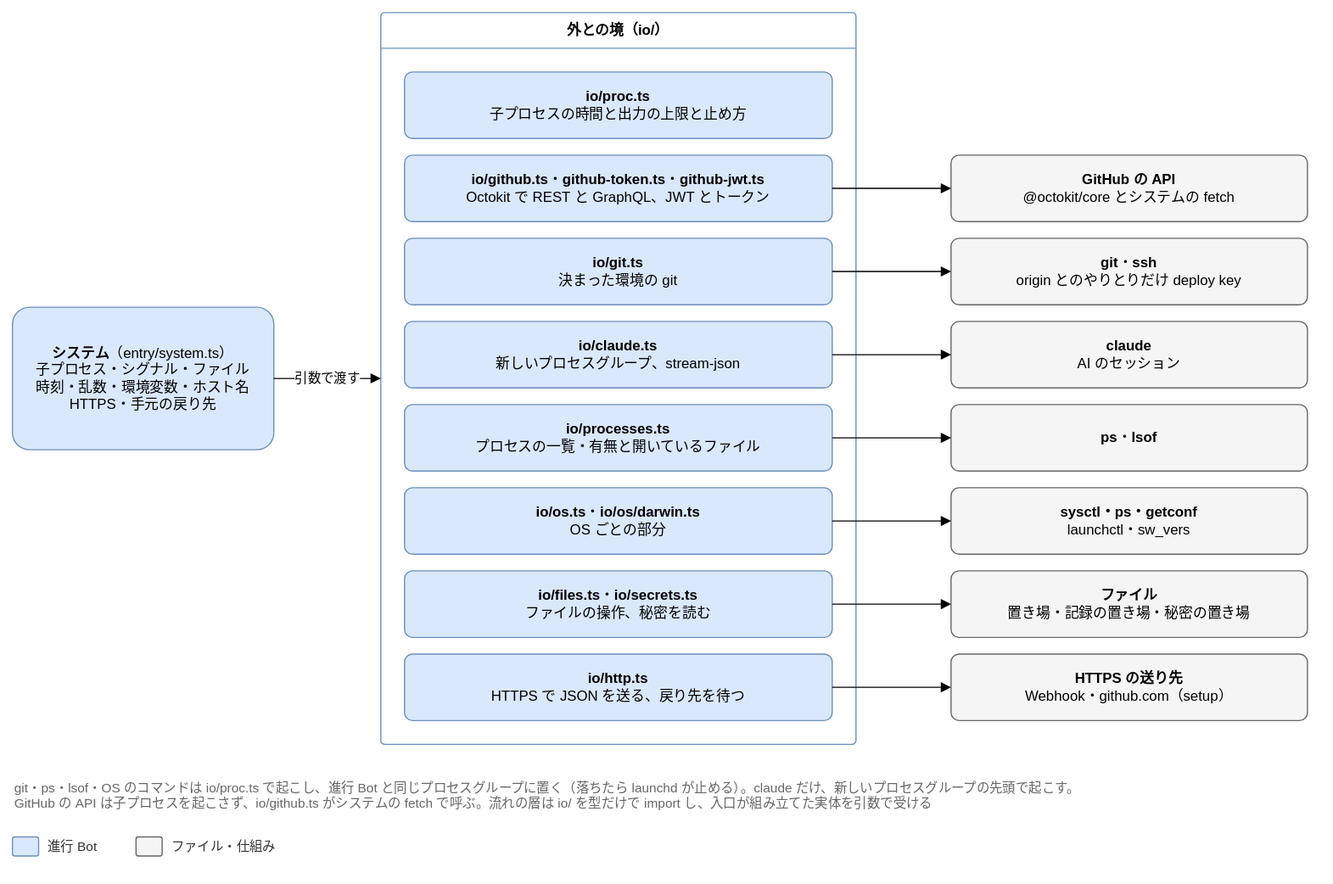
Before: docs/design/detailed/diagrams/01-modules.drawio.svg, a diagram exported from draw.io (Joymerrevent/dev-autopilot). Source tidied: cells renumbered, new cells last; positions are measured from the earlier drawing's top-left corner, leaving out a move shared by most shapes.
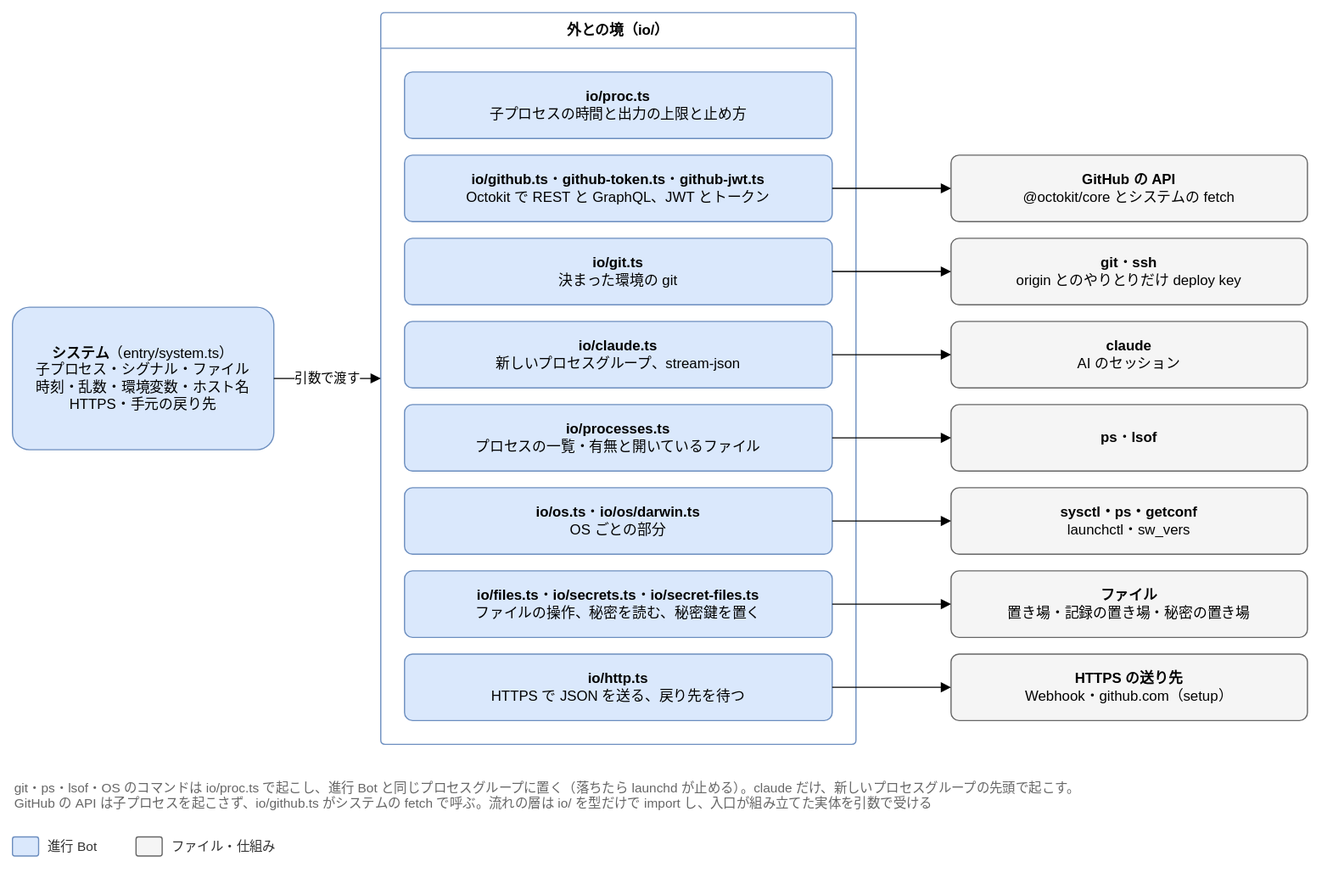
Above is the later version.

Commit message:
docs(design): 詳細設計の外との境の図の箱 m6 に、秘密鍵を置く io/secret-files.ts を足す

再レビューの M-12 で 01-io.md のファイルの一覧に足した io/secret-files.ts を、
図 01-modules の箱 m6 に写す（表が正本。箱は消さない）。

Claude-Session: https://claude.ai/code/session_01LvmXQN14Y95msvojZ6hWNP

The edit, as a diff of the source:
```diff
@@ -23,7 +23,7 @@
     <mxCell id="8" value="&lt;b&gt;io/os.ts&lt;/b&gt;・&lt;b&gt;io/os/darwin.ts&lt;/b&gt;&lt;br&gt;OS ごとの部分" style="rounded=1;whiteSpace=wrap;html=1;fontSize=12;arcSize=12;spacing=12;fillColor=#dae8fc;strokeColor=#6c8ebf;" parent="2" vertex="1">
       <mxGeometry x="20" y="400" width="360" height="56" as="geometry" />
     </mxCell>
-    <mxCell id="9" value="&lt;b&gt;io/files.ts&lt;/b&gt;・&lt;b&gt;io/secrets.ts&lt;/b&gt;&lt;br&gt;ファイルの操作、秘密を読む" style="rounded=1;whiteSpace=wrap;html=1;fontSize=12;arcSize=12;spacing=12;fillColor=#dae8fc;strokeColor=#6c8ebf;" parent="2" vertex="1">
+    <mxCell id="9" value="&lt;b&gt;io/files.ts&lt;/b&gt;・&lt;b&gt;io/secrets.ts&lt;/b&gt;・&lt;b&gt;io/secret-files.ts&lt;/b&gt;&lt;br&gt;ファイルの操作、秘密を読む、秘密鍵を置く" style="rounded=1;whiteSpace=wrap;html=1;fontSize=12;arcSize=12;spacing=12;fillColor=#dae8fc;strokeColor=#6c8ebf;" parent="2" vertex="1">
       <mxGeometry x="20" y="470" width="360" height="56" as="geometry" />
     </mxCell>
     <mxCell id="10" value="&lt;b&gt;io/http.ts&lt;/b&gt;&lt;br&gt;HTTPS で JSON を送る、戻り先を待つ" style="rounded=1;whiteSpace=wrap;html=1;fontSize=12;arcSize=12;spacing=12;fillColor=#dae8fc;strokeColor=#6c8ebf;" parent="2" vertex="1">
```
